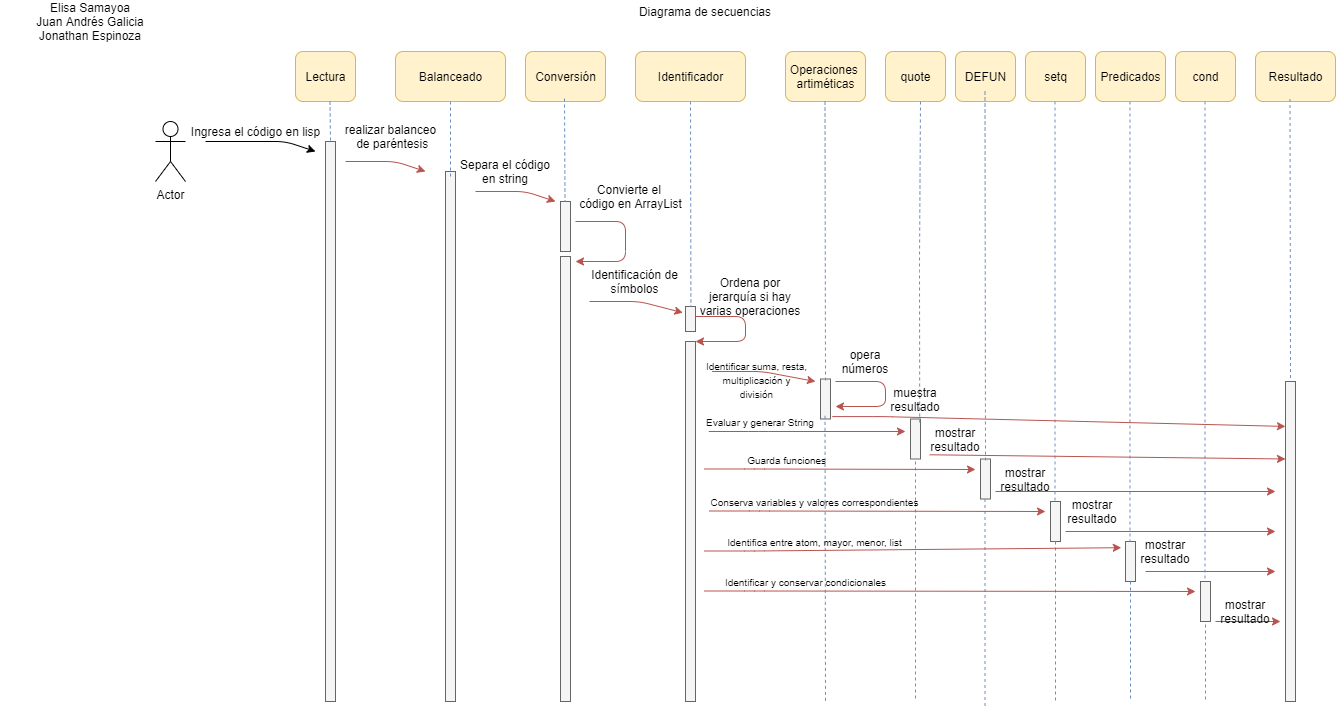
JuanGalicia20/ProyectoLisp keeps this draw.io diagram as UML's/Diagrama de secuencia.png. Above is the earlier version. Source tidied: cells renumbered, new cells last; positions are measured from the earlier drawing's top-left corner, leaving out a move shared by most shapes.
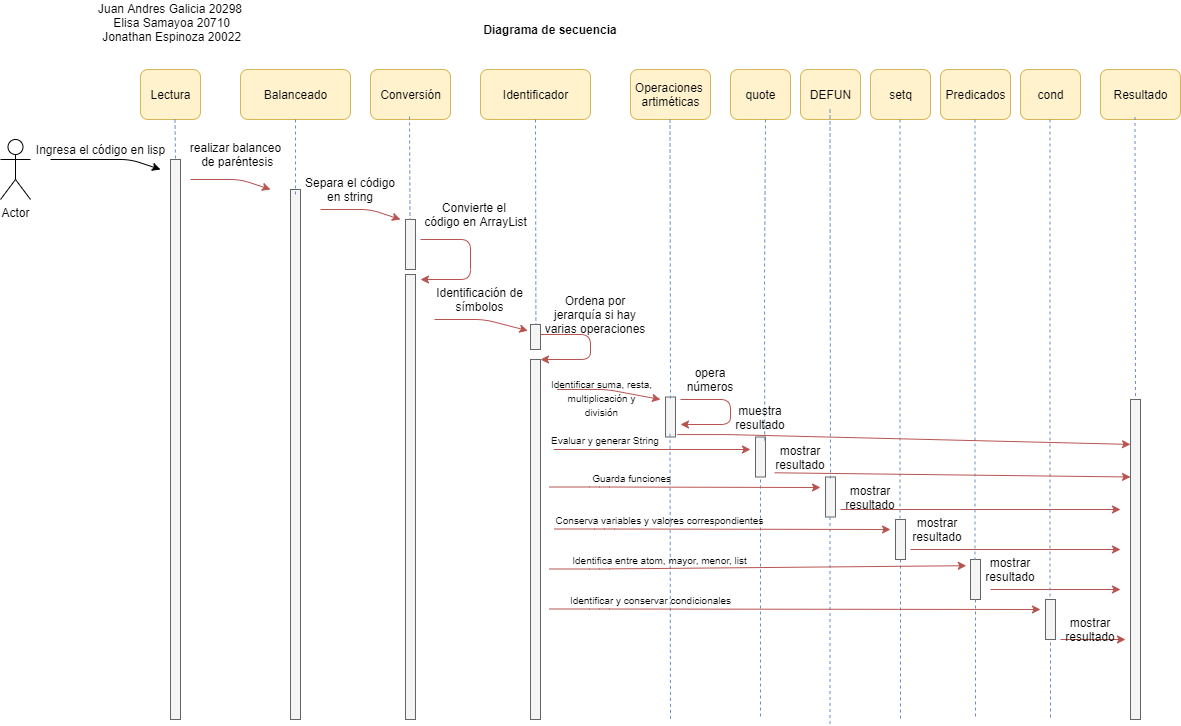
After the change.

What changed in the source:
```diff
@@ -2,7 +2,7 @@
   <root>
     <mxCell id="0" />
     <mxCell id="1" parent="0" />
-    <mxCell id="2" value="Diagrama de secuencias" style="text;html=1;strokeColor=none;fillColor=none;align=center;verticalAlign=middle;whiteSpace=wrap;rounded=0;" parent="1" vertex="1">
+    <mxCell id="2" value="Diagrama de secuencia" style="text;html=1;strokeColor=none;fillColor=none;align=center;verticalAlign=middle;whiteSpace=wrap;rounded=0;fontStyle=1;" parent="1" vertex="1">
       <mxGeometry x="445" width="520" height="20" as="geometry" />
     </mxCell>
     <mxCell id="3" value="Lectura" style="html=1;rounded=1;fillColor=#fff2cc;strokeColor=#d6b656;" parent="1" vertex="1">
@@ -400,8 +400,8 @@
     <mxCell id="84" value="&lt;span style=&quot;font-size: 10px&quot;&gt;Identificar y conservar condicionales&lt;/span&gt;" style="text;html=1;strokeColor=none;fillColor=none;align=center;verticalAlign=middle;whiteSpace=wrap;rounded=0;" parent="1" vertex="1">
       <mxGeometry x="695" y="570" width="221" height="20" as="geometry" />
     </mxCell>
-    <mxCell id="85" value="Elisa Samayoa&lt;br&gt;Juan Andrés Galicia&lt;br&gt;Jonathan Espinoza" style="text;html=1;strokeColor=none;fillColor=none;align=center;verticalAlign=middle;whiteSpace=wrap;rounded=0;" parent="1" vertex="1">
-      <mxGeometry y="10" width="180" height="20" as="geometry" />
+    <mxCell id="85" value="&lt;div&gt;Juan Andres Galicia 20298&lt;/div&gt;&lt;div&gt;&amp;nbsp;Elisa Samayoa 20710&lt;/div&gt;&lt;div&gt;&amp;nbsp;Jonathan Espinoza 20022&lt;/div&gt;&lt;div&gt;&lt;br&gt;&lt;/div&gt;" style="text;html=1;strokeColor=none;fillColor=none;align=center;verticalAlign=middle;whiteSpace=wrap;rounded=0;" parent="1" vertex="1">
+      <mxGeometry x="235" width="180" height="20" as="geometry" />
     </mxCell>
   </root>
 </mxGraphModel>
```
